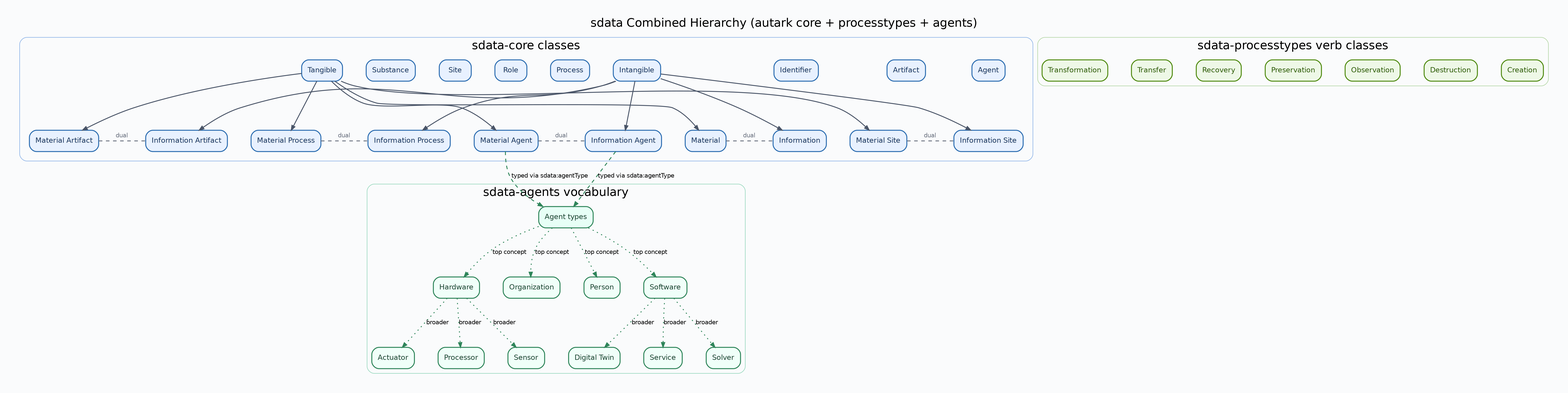
Above: docs/diagrams/sdata-combined-hierarchy.png in lepy/sdata-ontology (Graphviz), before the change. Its source is kept beside it as docs/diagrams/sdata-combined-hierarchy.dot.
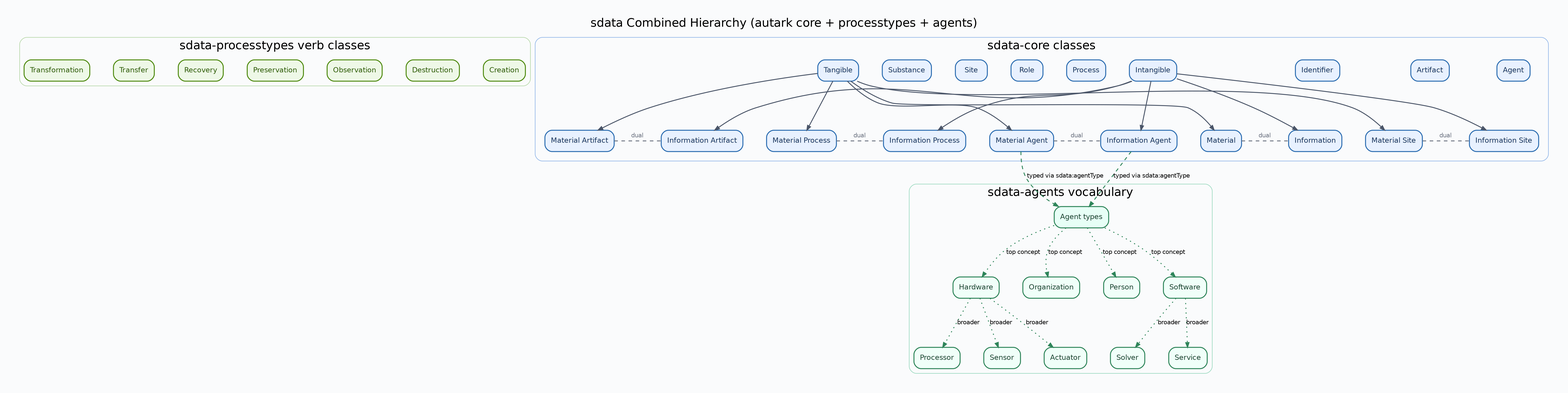
Later version of the same file.

The edit, as a diff of the source:
```diff
@@ -26,6 +26,40 @@
 		fontsize=10,
 		penwidth=1.5
 	];
+	subgraph cluster_proc {
+		graph [color="#B6D7A8",
+			label="sdata-processtypes verb classes",
+			style=rounded
+		];
+		"https://w3id.org/sdata/core/Creation"	[color="#4F8A10",
+			fillcolor="#EEF8E7",
+			fontcolor="#2F5D08",
+			label=Creation];
+		"https://w3id.org/sdata/core/Destruction"	[color="#4F8A10",
+			fillcolor="#EEF8E7",
+			fontcolor="#2F5D08",
+			label=Destruction];
+		"https://w3id.org/sdata/core/Observation"	[color="#4F8A10",
+			fillcolor="#EEF8E7",
+			fontcolor="#2F5D08",
+			label=Observation];
+		"https://w3id.org/sdata/core/Preservation"	[color="#4F8A10",
+			fillcolor="#EEF8E7",
+			fontcolor="#2F5D08",
+			label=Preservation];
+		"https://w3id.org/sdata/core/Recovery"	[color="#4F8A10",
+			fillcolor="#EEF8E7",
+			fontcolor="#2F5D08",
+			label=Recovery];
+		"https://w3id.org/sdata/core/Transfer"	[color="#4F8A10",
+			fillcolor="#EEF8E7",
+			fontcolor="#2F5D08",
+			label=Transfer];
+		"https://w3id.org/sdata/core/Transformation"	[color="#4F8A10",
+			fillcolor="#EEF8E7",
+			fontcolor="#2F5D08",
+			label=Transformation];
+	}
 	subgraph cluster_core {
 		graph [color="#90B5E8",
 			label="sdata-core classes",
@@ -133,40 +167,6 @@
 			fontcolor="#1A365D",
 			label=Tangible];
 	}
-	subgraph cluster_proc {
-		graph [color="#B6D7A8",
-			label="sdata-processtypes verb classes",
-			style=rounded
-		];
-		"https://w3id.org/sdata/core/Creation"	[color="#4F8A10",
-			fillcolor="#EEF8E7",
-			fontcolor="#2F5D08",
-			label=Creation];
-		"https://w3id.org/sdata/core/Destruction"	[color="#4F8A10",
-			fillcolor="#EEF8E7",
-			fontcolor="#2F5D08",
-			label=Destruction];
-		"https://w3id.org/sdata/core/Observation"	[color="#4F8A10",
-			fillcolor="#EEF8E7",
-			fontcolor="#2F5D08",
-			label=Observation];
-		"https://w3id.org/sdata/core/Preservation"	[color="#4F8A10",
-			fillcolor="#EEF8E7",
-			fontcolor="#2F5D08",
-			label=Preservation];
-		"https://w3id.org/sdata/core/Recovery"	[color="#4F8A10",
-			fillcolor="#EEF8E7",
-			fontcolor="#2F5D08",
-			label=Recovery];
-		"https://w3id.org/sdata/core/Transfer"	[color="#4F8A10",
-			fillcolor="#EEF8E7",
-			fontcolor="#2F5D08",
-			label=Transfer];
-		"https://w3id.org/sdata/core/Transformation"	[color="#4F8A10",
-			fillcolor="#EEF8E7",
-			fontcolor="#2F5D08",
-			label=Transformation];
-	}
 	subgraph cluster_agents {
 		graph [color="#9AD9BF",
 			label="sdata-agents vocabulary",
@@ -176,10 +176,6 @@
 			fillcolor="#F0FFF9",
 			fontcolor="#1C4532",
 			label=Actuator];
-		"https://w3id.org/sdata/vocab/agents/DigitalTwin"	[color="#2F855A",
-			fillcolor="#F0FFF9",
-			fontcolor="#1C4532",
-			label="Digital Twin"];
 		"https://w3id.org/sdata/vocab/agents/Hardware"	[color="#2F855A",
 			fillcolor="#F0FFF9",
 			fontcolor="#1C4532",
@@ -224,9 +220,6 @@
 		label=broader,
 		style=dotted];
 	"https://w3id.org/sdata/vocab/agents/Hardware" -> "https://w3id.org/sdata/vocab/agents/Sensor"	[color="#2F855A",
-		label=broader,
-		style=dotted];
-	"https://w3id.org/sdata/vocab/agents/Software" -> "https://w3id.org/sdata/vocab/agents/DigitalTwin"	[color="#2F855A",
 		label=broader,
 		style=dotted];
 	"https://w3id.org/sdata/vocab/agents/Software" -> "https://w3id.org/sdata/vocab/agents/Service"	[color="#2F855A",
```
